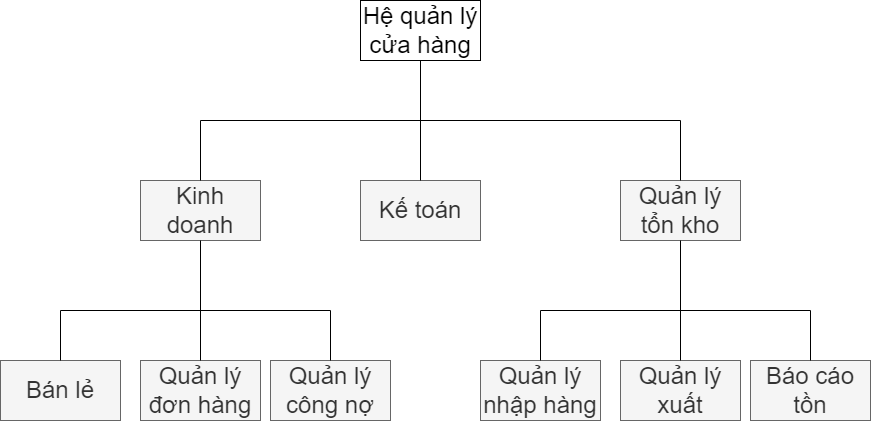
datnham0212/learning keeps this draw.io diagram as Chương 5a.png. Above is the earlier version. Source tidied: cells renumbered, new cells last; positions are measured from the earlier drawing's top-left corner, leaving out a move shared by most shapes.
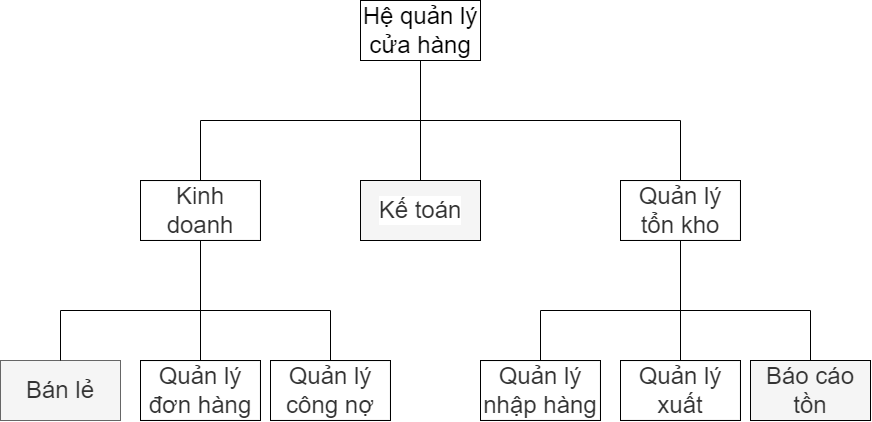
The same file after the commit.

Change to the diagram source:
```diff
@@ -2,36 +2,36 @@
   <root>
     <mxCell id="0" />
     <mxCell id="1" parent="0" />
-    <mxCell id="2" value="Kinh doanh" style="rounded=0;whiteSpace=wrap;html=1;fontSize=24;fillColor=#f5f5f5;fontColor=#333333;strokeColor=#666666;" parent="1" vertex="1">
+    <mxCell id="2" value="Kinh doanh" style="rounded=0;whiteSpace=wrap;html=1;fontSize=24;fillColor=#f5f5f5;fontColor=#333333;strokeColor=#000000;labelBackgroundColor=#FFFFFF;" parent="1" vertex="1">
       <mxGeometry x="140" y="180" width="120" height="60" as="geometry" />
     </mxCell>
-    <mxCell id="3" value="Quản lý tổn kho" style="rounded=0;whiteSpace=wrap;html=1;fontSize=24;fillColor=#f5f5f5;fontColor=#333333;strokeColor=#666666;" parent="1" vertex="1">
+    <mxCell id="3" value="Quản lý tổn kho" style="rounded=0;whiteSpace=wrap;html=1;fontSize=24;fillColor=#f5f5f5;fontColor=#333333;strokeColor=#000000;labelBackgroundColor=#FFFFFF;" parent="1" vertex="1">
       <mxGeometry x="620" y="180" width="120" height="60" as="geometry" />
     </mxCell>
-    <mxCell id="4" style="endArrow=none;html=1;rounded=0;fontSize=24;exitX=0.5;exitY=0;exitDx=0;exitDy=0;" parent="1" edge="1" source="2">
+    <mxCell id="4" style="endArrow=none;html=1;rounded=0;fontSize=24;exitX=0.5;exitY=0;exitDx=0;exitDy=0;strokeColor=#000000;labelBackgroundColor=#FFFFFF;" parent="1" edge="1" source="2">
       <mxGeometry relative="1" as="geometry">
         <mxPoint x="200" y="120" as="targetPoint" />
       </mxGeometry>
     </mxCell>
-    <mxCell id="5" style="endArrow=none;html=1;rounded=0;entryX=0.5;entryY=0;entryDx=0;entryDy=0;fontSize=24;" parent="1" edge="1" target="3">
+    <mxCell id="5" style="endArrow=none;html=1;rounded=0;entryX=0.5;entryY=0;entryDx=0;entryDy=0;fontSize=24;strokeColor=#000000;labelBackgroundColor=#FFFFFF;" parent="1" edge="1" target="3">
       <mxGeometry relative="1" as="geometry">
         <mxPoint x="680" y="120" as="sourcePoint" />
       </mxGeometry>
     </mxCell>
-    <mxCell id="6" value="Kế toán" style="rounded=0;whiteSpace=wrap;html=1;fontSize=24;fillColor=#f5f5f5;fontColor=#333333;strokeColor=#666666;" parent="1" vertex="1">
+    <mxCell id="6" value="Kế toán" style="rounded=0;whiteSpace=wrap;html=1;fontSize=24;fillColor=#f5f5f5;fontColor=#333333;strokeColor=#000000;labelBackgroundColor=#FFFFFF;" parent="1" vertex="1">
       <mxGeometry x="360" y="180" width="120" height="60" as="geometry" />
     </mxCell>
-    <mxCell id="7" style="endArrow=none;html=1;rounded=0;entryX=0.5;entryY=0;entryDx=0;entryDy=0;fontSize=24;exitX=0.5;exitY=1;exitDx=0;exitDy=0;" parent="1" edge="1" source="8" target="6">
+    <mxCell id="7" style="endArrow=none;html=1;rounded=0;entryX=0.5;entryY=0;entryDx=0;entryDy=0;fontSize=24;exitX=0.5;exitY=1;exitDx=0;exitDy=0;labelBackgroundColor=#FFFFFF;" parent="1" edge="1" source="8" target="6">
       <mxGeometry relative="1" as="geometry">
         <Array as="points">
           <mxPoint x="420" y="120" />
         </Array>
       </mxGeometry>
     </mxCell>
-    <mxCell id="8" value="Hệ quản lý cửa hàng" style="rounded=0;whiteSpace=wrap;html=1;fontSize=24;" parent="1" vertex="1">
+    <mxCell id="8" value="Hệ quản lý cửa hàng" style="rounded=0;whiteSpace=wrap;html=1;fontSize=24;labelBackgroundColor=#FFFFFF;" parent="1" vertex="1">
       <mxGeometry x="360" width="120" height="60" as="geometry" />
     </mxCell>
-    <mxCell id="9" style="endArrow=none;html=1;rounded=0;" parent="1" edge="1">
+    <mxCell id="9" style="endArrow=none;html=1;rounded=0;strokeColor=#000000;labelBackgroundColor=#FFFFFF;" parent="1" edge="1">
       <mxGeometry relative="1" as="geometry">
         <mxPoint x="200" y="120" as="sourcePoint" />
         <mxPoint x="680" y="120" as="targetPoint" />
@@ -40,55 +40,55 @@
     <mxCell id="10" value="Bán lẻ" style="rounded=0;whiteSpace=wrap;html=1;fontSize=24;fillColor=#f5f5f5;fontColor=#333333;strokeColor=#666666;" parent="1" vertex="1">
       <mxGeometry y="360" width="120" height="60" as="geometry" />
     </mxCell>
-    <mxCell id="11" value="Quản lý công nợ" style="rounded=0;whiteSpace=wrap;html=1;fontSize=24;fillColor=#f5f5f5;fontColor=#333333;strokeColor=#666666;" parent="1" vertex="1">
+    <mxCell id="11" value="Quản lý công nợ" style="rounded=0;whiteSpace=wrap;html=1;fontSize=24;fillColor=#f5f5f5;fontColor=#333333;strokeColor=#000000;labelBackgroundColor=#FFFFFF;" parent="1" vertex="1">
       <mxGeometry x="270" y="360" width="120" height="60" as="geometry" />
     </mxCell>
-    <mxCell id="12" style="endArrow=none;html=1;rounded=0;fontSize=24;exitX=0.5;exitY=0;exitDx=0;exitDy=0;" parent="1" edge="1" source="10">
+    <mxCell id="12" style="endArrow=none;html=1;rounded=0;fontSize=24;exitX=0.5;exitY=0;exitDx=0;exitDy=0;strokeColor=#000000;labelBackgroundColor=#FFFFFF;" parent="1" edge="1" source="10">
       <mxGeometry relative="1" as="geometry">
         <mxPoint x="60" y="310" as="targetPoint" />
       </mxGeometry>
     </mxCell>
-    <mxCell id="13" style="endArrow=none;html=1;rounded=0;entryX=0.5;entryY=0;entryDx=0;entryDy=0;fontSize=24;" parent="1" edge="1" target="11">
+    <mxCell id="13" style="endArrow=none;html=1;rounded=0;entryX=0.5;entryY=0;entryDx=0;entryDy=0;fontSize=24;strokeColor=#000000;labelBackgroundColor=#FFFFFF;" parent="1" edge="1" target="11">
       <mxGeometry relative="1" as="geometry">
         <mxPoint x="330" y="310" as="sourcePoint" />
       </mxGeometry>
     </mxCell>
-    <mxCell id="14" value="Quản lý đơn hàng" style="rounded=0;whiteSpace=wrap;html=1;fontSize=24;fillColor=#f5f5f5;fontColor=#333333;strokeColor=#666666;" parent="1" vertex="1">
+    <mxCell id="14" value="Quản lý đơn hàng" style="rounded=0;whiteSpace=wrap;html=1;fontSize=24;fillColor=#f5f5f5;fontColor=#333333;strokeColor=#000000;labelBackgroundColor=#FFFFFF;" parent="1" vertex="1">
       <mxGeometry x="140" y="360" width="120" height="60" as="geometry" />
     </mxCell>
-    <mxCell id="15" style="endArrow=none;html=1;rounded=0;entryX=0.5;entryY=0;entryDx=0;entryDy=0;fontSize=24;exitX=0.5;exitY=1;exitDx=0;exitDy=0;" parent="1" edge="1" source="2" target="14">
+    <mxCell id="15" style="endArrow=none;html=1;rounded=0;entryX=0.5;entryY=0;entryDx=0;entryDy=0;fontSize=24;exitX=0.5;exitY=1;exitDx=0;exitDy=0;strokeColor=#000000;labelBackgroundColor=#FFFFFF;" parent="1" edge="1" source="2" target="14">
       <mxGeometry relative="1" as="geometry">
         <Array as="points">
           <mxPoint x="200" y="310" />
         </Array>
       </mxGeometry>
     </mxCell>
-    <mxCell id="16" style="endArrow=none;html=1;rounded=0;" parent="1" edge="1">
+    <mxCell id="16" style="endArrow=none;html=1;rounded=0;strokeColor=#000000;labelBackgroundColor=#FFFFFF;" parent="1" edge="1">
       <mxGeometry relative="1" as="geometry">
         <mxPoint x="60" y="310" as="sourcePoint" />
         <mxPoint x="330" y="310" as="targetPoint" />
       </mxGeometry>
     </mxCell>
-    <mxCell id="17" value="Quản lý nhập hàng" style="rounded=0;whiteSpace=wrap;html=1;fontSize=24;fillColor=#f5f5f5;fontColor=#333333;strokeColor=#666666;" parent="1" vertex="1">
+    <mxCell id="17" value="Quản lý nhập hàng" style="rounded=0;whiteSpace=wrap;html=1;fontSize=24;fillColor=#f5f5f5;fontColor=#333333;strokeColor=#000000;labelBackgroundColor=#FFFFFF;" parent="1" vertex="1">
       <mxGeometry x="480" y="360" width="120" height="60" as="geometry" />
     </mxCell>
-    <mxCell id="18" value="Báo cáo tồn" style="rounded=0;whiteSpace=wrap;html=1;fontSize=24;fillColor=#f5f5f5;fontColor=#333333;strokeColor=#666666;" parent="1" vertex="1">
+    <mxCell id="18" value="Báo cáo tồn" style="rounded=0;whiteSpace=wrap;html=1;fontSize=24;fillColor=#f5f5f5;fontColor=#333333;strokeColor=#000000;" parent="1" vertex="1">
       <mxGeometry x="750" y="360" width="120" height="60" as="geometry" />
     </mxCell>
-    <mxCell id="19" style="endArrow=none;html=1;rounded=0;fontSize=24;exitX=0.5;exitY=0;exitDx=0;exitDy=0;" parent="1" edge="1" source="17">
+    <mxCell id="19" style="endArrow=none;html=1;rounded=0;fontSize=24;exitX=0.5;exitY=0;exitDx=0;exitDy=0;strokeColor=#000000;labelBackgroundColor=#FFFFFF;" parent="1" edge="1" source="17">
       <mxGeometry relative="1" as="geometry">
         <mxPoint x="540" y="310" as="targetPoint" />
       </mxGeometry>
     </mxCell>
-    <mxCell id="20" style="endArrow=none;html=1;rounded=0;entryX=0.5;entryY=0;entryDx=0;entryDy=0;fontSize=24;" parent="1" edge="1" target="18">
+    <mxCell id="20" style="endArrow=none;html=1;rounded=0;entryX=0.5;entryY=0;entryDx=0;entryDy=0;fontSize=24;strokeColor=#000000;labelBackgroundColor=#FFFFFF;" parent="1" edge="1" target="18">
       <mxGeometry relative="1" as="geometry">
         <mxPoint x="810" y="310" as="sourcePoint" />
       </mxGeometry>
     </mxCell>
-    <mxCell id="21" value="Quản lý xuất" style="rounded=0;whiteSpace=wrap;html=1;fontSize=24;fillColor=#f5f5f5;fontColor=#333333;strokeColor=#666666;" parent="1" vertex="1">
+    <mxCell id="21" value="Quản lý xuất" style="rounded=0;whiteSpace=wrap;html=1;fontSize=24;fillColor=#f5f5f5;fontColor=#333333;strokeColor=#000000;labelBackgroundColor=#FFFFFF;" parent="1" vertex="1">
       <mxGeometry x="620" y="360" width="120" height="60" as="geometry" />
     </mxCell>
-    <mxCell id="22" style="endArrow=none;html=1;rounded=0;entryX=0.5;entryY=0;entryDx=0;entryDy=0;fontSize=24;exitX=0.5;exitY=1;exitDx=0;exitDy=0;" parent="1" edge="1" target="21">
+    <mxCell id="22" style="endArrow=none;html=1;rounded=0;entryX=0.5;entryY=0;entryDx=0;entryDy=0;fontSize=24;exitX=0.5;exitY=1;exitDx=0;exitDy=0;strokeColor=#000000;labelBackgroundColor=#FFFFFF;" parent="1" edge="1" target="21">
       <mxGeometry relative="1" as="geometry">
         <mxPoint x="680" y="240" as="sourcePoint" />
         <Array as="points">
@@ -96,7 +96,7 @@
         </Array>
       </mxGeometry>
     </mxCell>
-    <mxCell id="23" style="endArrow=none;html=1;rounded=0;" parent="1" edge="1">
+    <mxCell id="23" style="endArrow=none;html=1;rounded=0;strokeColor=#000000;labelBackgroundColor=#FFFFFF;" parent="1" edge="1">
       <mxGeometry relative="1" as="geometry">
         <mxPoint x="540" y="310" as="sourcePoint" />
         <mxPoint x="810" y="310" as="targetPoint" />
```
